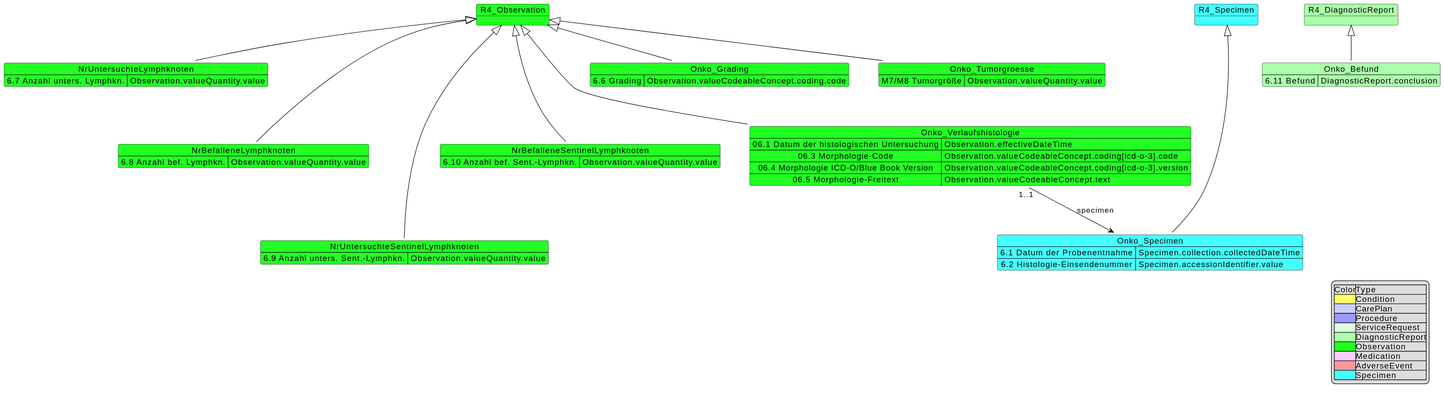
medizininformatik-initiative/kerndatensatzmodul-onkologie keeps this PlantUML diagram as input/images/MII_Onko_06_Histologie.svg. Above is the earlier version. Its diagram source:
```plantuml
@startuml
object R4_Observation #22FF22

map NrUntersuchteLymphknoten #22FF22 {
    6.7 Anzahl unters. Lymphkn. => Observation.valueQuantity.value
}

R4_Observation <|-down- NrUntersuchteLymphknoten

map NrBefalleneLymphknoten #22FF22 {
6.8 Anzahl bef. Lymphkn. => Observation.valueQuantity.value
}
R4_Observation <|-down-- NrBefalleneLymphknoten


map NrUntersuchteSentinelLymphknoten  #22FF22 {
6.9 Anzahl unters. Sent.-Lymphkn. => Observation.valueQuantity.value
}

R4_Observation <|-down--- NrUntersuchteSentinelLymphknoten

map NrBefalleneSentinelLymphknoten  #22FF22 {
6.10 Anzahl bef. Sent.-Lymphkn. => Observation.valueQuantity.value
}
R4_Observation <|-down-- NrBefalleneSentinelLymphknoten

map Onko_Verlaufshistologie #22FF22 {
    06.1 Datum der histologischen Untersuchung => Observation.effectiveDateTime
    06.3 Morphologie-Code => Observation.valueCodeableConcept.coding[icd-o-3].code
    06.4 Morphologie ICD-O/Blue Book Version => Observation.valueCodeableConcept.coding[icd-o-3].version
    06.5 Morphologie-Freitext => Observation.valueCodeableConcept.text
}


R4_Observation <|-down-- Onko_Verlaufshistologie


map Onko_Grading #22FF22 {
6.6 Grading =>Observation.valueCodeableConcept.coding.code
}


R4_Observation <|-- Onko_Grading

map Onko_Tumorgroesse #22FF22 {
M7/M8 Tumorgröße => Observation.valueQuantity.value
}

R4_Observation <|-- Onko_Tumorgroesse

map Onko_Befund #AAFFAA {
6.11 Befund => DiagnosticReport.conclusion
}


object R4_DiagnosticReport #AAFFAA
R4_DiagnosticReport <|-- Onko_Befund

map Onko_Specimen #44FFFF {
6.1 Datum der Probenentnahme => Specimen.collection.collectedDateTime
6.2 Histologie-Einsendenummer => Specimen.accessionIdentifier.value
}

object R4_Specimen #44FFFF
R4_Specimen <|---- Onko_Specimen
Onko_Verlaufshistologie "1..1" --> Onko_Specimen : specimen

legend right
|Color|Type|
|<#FFFF66>|Condition|
|<#CCCCFF>|CarePlan|
|<#9999FF>|Procedure|
|<#DDFFDD>|ServiceRequest|
|<#AAFFAA>|DiagnosticReport|
|<#22FF22>|Observation|
|<#FFCCFF>|Medication|
|<#FF9999>|AdverseEvent|
|<#44FFFF>|Specimen|
endlegend
@enduml
```
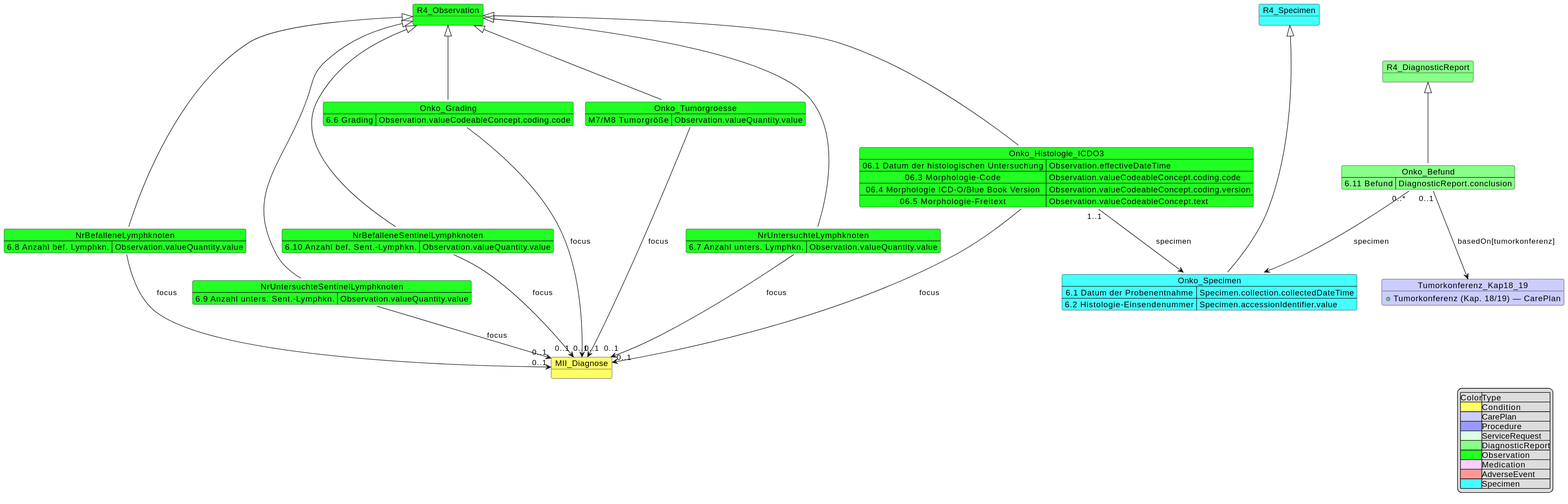
The same diagram one commit later.

The edit, as a diff of the source:
```diff
@@ -24,15 +24,15 @@
 }
 R4_Observation <|-down-- NrBefalleneSentinelLymphknoten
 
-map Onko_Verlaufshistologie #22FF22 {
+map Onko_Histologie_ICDO3 #22FF22 {
     06.1 Datum der histologischen Untersuchung => Observation.effectiveDateTime
-    06.3 Morphologie-Code => Observation.valueCodeableConcept.coding[icd-o-3].code
-    06.4 Morphologie ICD-O/Blue Book Version => Observation.valueCodeableConcept.coding[icd-o-3].version
+    06.3 Morphologie-Code => Observation.valueCodeableConcept.coding.code
+    06.4 Morphologie ICD-O/Blue Book Version => Observation.valueCodeableConcept.coding.version
     06.5 Morphologie-Freitext => Observation.valueCodeableConcept.text
 }
 
 
-R4_Observation <|-down-- Onko_Verlaufshistologie
+R4_Observation <|-down-- Onko_Histologie_ICDO3
 
 
 map Onko_Grading #22FF22 {
@@ -48,12 +48,12 @@
 
 R4_Observation <|-- Onko_Tumorgroesse
 
-map Onko_Befund #AAFFAA {
+map Onko_Befund #88FF88 {
 6.11 Befund => DiagnosticReport.conclusion
 }
 
 
-object R4_DiagnosticReport #AAFFAA
+object R4_DiagnosticReport #88FF88
 R4_DiagnosticReport <|-- Onko_Befund
 
 map Onko_Specimen #44FFFF {
@@ -63,7 +63,22 @@
 
 object R4_Specimen #44FFFF
 R4_Specimen <|---- Onko_Specimen
-Onko_Verlaufshistologie "1..1" --> Onko_Specimen : specimen
+Onko_Histologie_ICDO3 "1..1" --> Onko_Specimen : specimen
+Onko_Befund "0..*" --> Onko_Specimen : specimen
+
+object Tumorkonferenz_Kap18_19 #CCCCFF {
+    + Tumorkonferenz (Kap. 18/19) — CarePlan
+}
+Onko_Befund "0..1" --> Tumorkonferenz_Kap18_19 : basedOn[tumorkonferenz]
+
+object MII_Diagnose #FFFF66
+Onko_Histologie_ICDO3 --> "0..1" MII_Diagnose : focus
+Onko_Grading --> "0..1" MII_Diagnose : focus
+Onko_Tumorgroesse --> "0..1" MII_Diagnose : focus
+NrUntersuchteLymphknoten --> "0..1" MII_Diagnose : focus
+NrBefalleneLymphknoten --> "0..1" MII_Diagnose : focus
+NrUntersuchteSentinelLymphknoten --> "0..1" MII_Diagnose : focus
+NrBefalleneSentinelLymphknoten --> "0..1" MII_Diagnose : focus
 
 legend right
 |Color|Type|
@@ -71,7 +86,7 @@
 |<#CCCCFF>|CarePlan|
 |<#9999FF>|Procedure|
 |<#DDFFDD>|ServiceRequest|
-|<#AAFFAA>|DiagnosticReport|
+|<#88FF88>|DiagnosticReport|
 |<#22FF22>|Observation|
 |<#FFCCFF>|Medication|
 |<#FF9999>|AdverseEvent|
```
